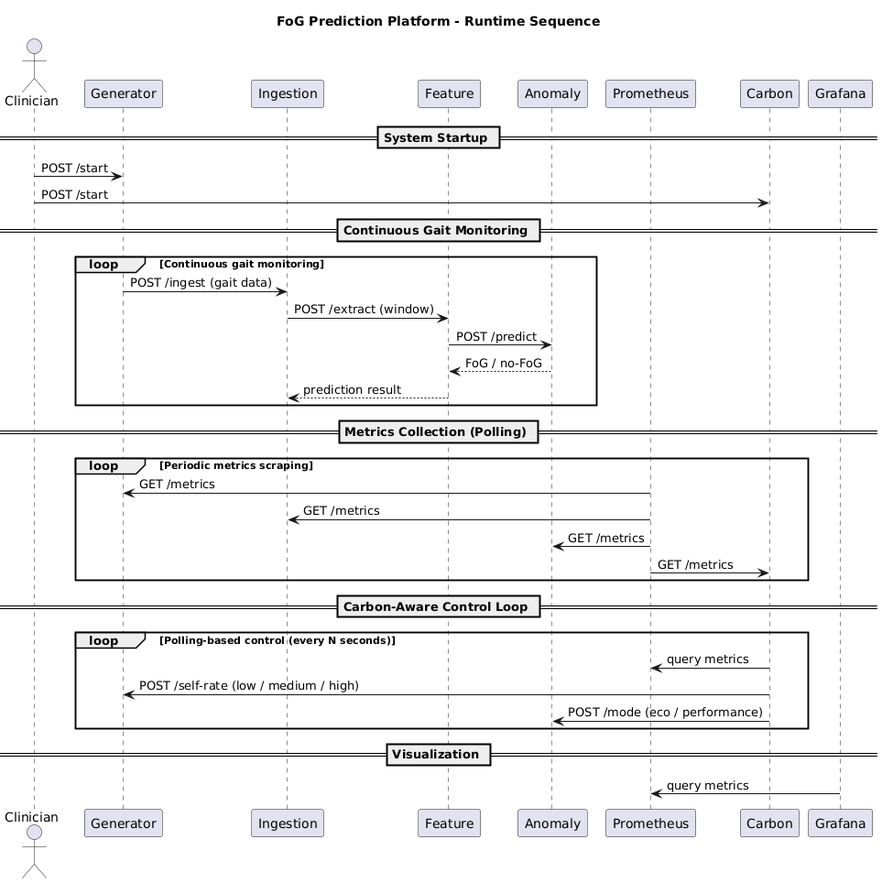
Before: UML-Diagram/Sequence.png, a diagram exported from PlantUML (charlesanthony1996/cloud-computing-project).
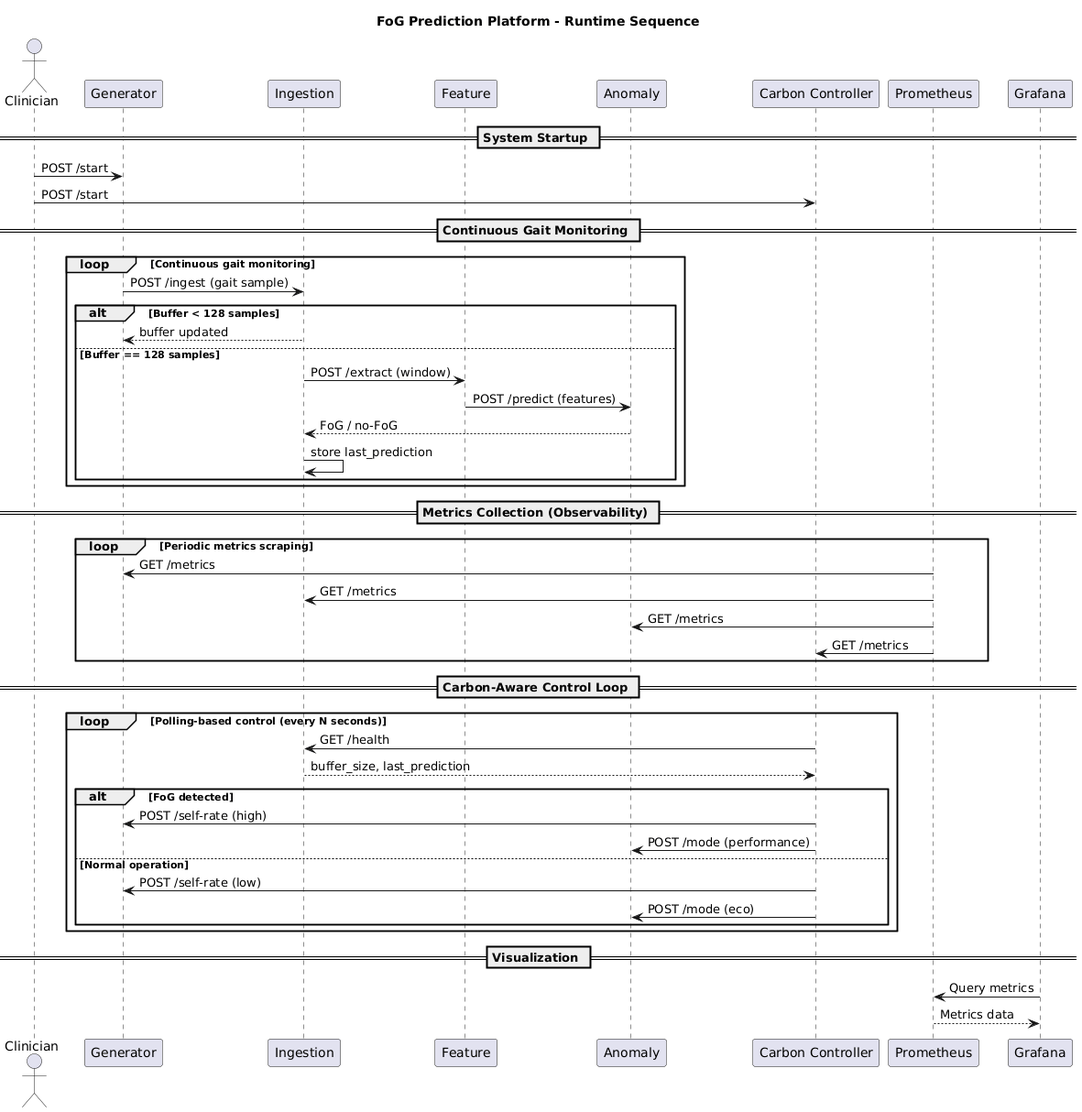
Above is the later version.

Diff of the diagram source:
```diff
@@ -7,38 +7,56 @@
 participant Ingestion
 participant Feature
 participant Anomaly
+participant "Carbon Controller" as Carbon
 participant Prometheus
-participant Carbon
 participant Grafana
 
 == System Startup ==
-Clinician -> Generator : POST /start
-Clinician -> Carbon : POST /start
+
+Clinician -> Generator: POST /start
+Clinician -> Carbon: POST /start
 
 == Continuous Gait Monitoring ==
+
 loop Continuous gait monitoring
-  Generator -> Ingestion : POST /ingest (gait data)
-  Ingestion -> Feature : POST /extract (window)
-  Feature -> Anomaly : POST /predict
-  Anomaly --> Feature : FoG / no-FoG
-  Feature --> Ingestion : prediction result
+    Generator -> Ingestion: POST /ingest (gait sample)
+
+    alt Buffer < 128 samples
+        Ingestion --> Generator: buffer updated
+    else Buffer == 128 samples
+        Ingestion -> Feature: POST /extract (window)
+        Feature -> Anomaly: POST /predict (features)
+        Anomaly --> Ingestion: FoG / no-FoG
+        Ingestion -> Ingestion: store last_prediction
+    end
 end
 
-== Metrics Collection (Polling) ==
+== Metrics Collection (Observability) ==
+
 loop Periodic metrics scraping
-  Prometheus -> Generator : GET /metrics
-  Prometheus -> Ingestion : GET /metrics
-  Prometheus -> Anomaly : GET /metrics
-  Prometheus -> Carbon : GET /metrics
+    Prometheus -> Generator: GET /metrics
+    Prometheus -> Ingestion: GET /metrics
+    Prometheus -> Anomaly: GET /metrics
+    Prometheus -> Carbon: GET /metrics
 end
 
 == Carbon-Aware Control Loop ==
+
 loop Polling-based control (every N seconds)
-  Carbon -> Prometheus : query metrics
-  Carbon -> Generator : POST /self-rate (low / medium / high)
-  Carbon -> Anomaly : POST /mode (eco / performance)
+    Carbon -> Ingestion: GET /health
+    Ingestion --> Carbon: buffer_size, last_prediction
+
+    alt FoG detected
+        Carbon -> Generator: POST /self-rate (high)
+        Carbon -> Anomaly: POST /mode (performance)
+    else Normal operation
+        Carbon -> Generator: POST /self-rate (low)
+        Carbon -> Anomaly: POST /mode (eco)
+    end
 end
 
 == Visualization ==
-Grafana -> Prometheus : query metrics
+
+Grafana -> Prometheus: Query metrics
+Prometheus --> Grafana: Metrics data
 @enduml
```
